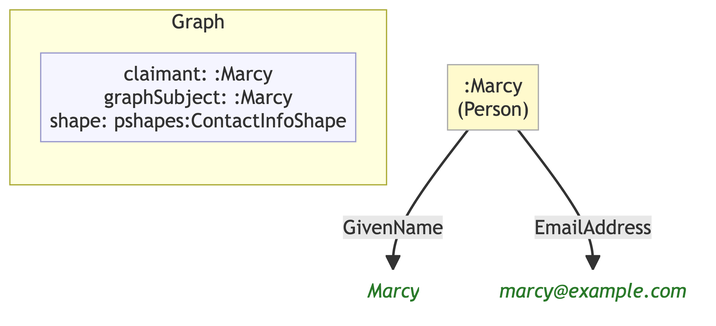
MeeFoundation/mia-ontologies keeps this Mermaid diagram as example/graphs/images/graph-45.png. Above is the earlier version. Its source is kept beside it as example/graphs/images/graph-45.mmd.
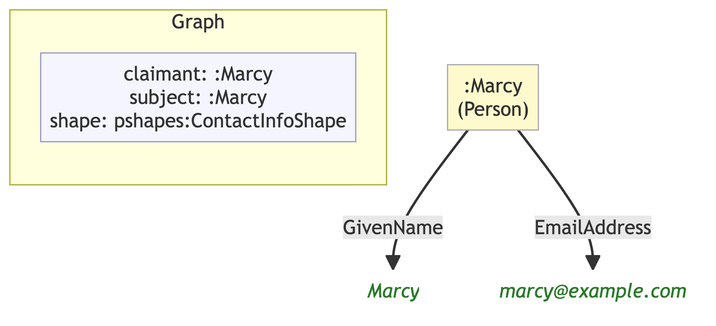
After the change.

Diff of the diagram source:
```diff
@@ -7,12 +7,12 @@
 
     subgraph ctx["Graph"]
         direction LR
-        ctx_meta["claimant: :Marcy\ngraphSubject: :Marcy\nshape: pshapes:ContactInfoShape"]:::meta
+        ctx_meta["claimant: :Marcy\nsubject: :Marcy\nshape: pshapes:ContactInfoShape"]:::meta
     end
 
     n6d365cdbdf56[":Marcy\n(Person)"]:::person
-    n9129192008a7("Marcy"):::lit
-    n835bdc68c2b7("marcy@example.com"):::lit
+    n25fee83e6346("Marcy"):::lit
+    nbabc27943517("marcy@example.com"):::lit
 
-    n6d365cdbdf56 -->|"GivenName"| n9129192008a7
-    n6d365cdbdf56 -->|"EmailAddress"| n835bdc68c2b7
+    n6d365cdbdf56 -->|"GivenName"| n25fee83e6346
+    n6d365cdbdf56 -->|"EmailAddress"| nbabc27943517
```
